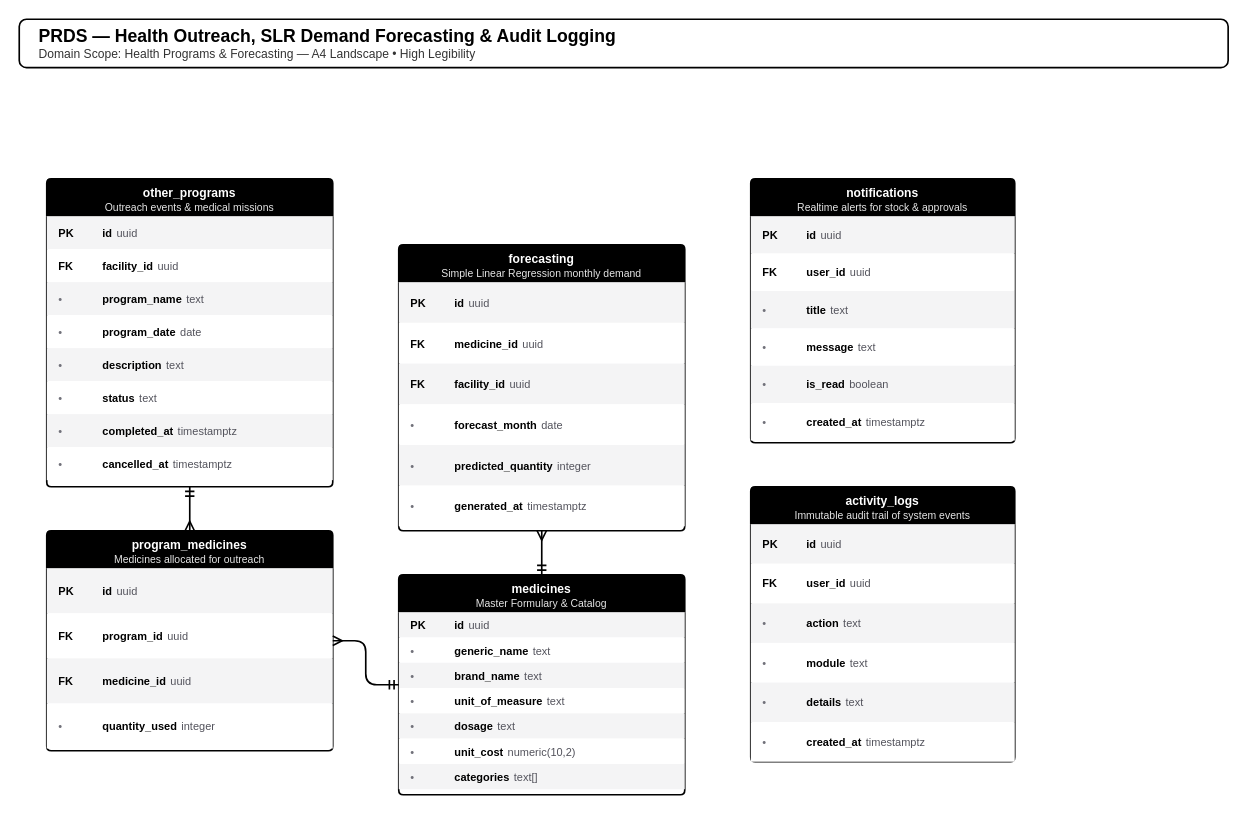
jooossshhhhh/pharmaceutical-resources-distribution-system keeps this draw.io diagram as page "6. Programs, SLR Forecasting & Auditing" (9 of 9) of database/prds_erd_schema_a4.drawio. Above is the earlier version. Source tidied: cells renumbered, new cells numbered last; positions are measured from the earlier drawing's top-left corner, leaving out a move shared by most shapes. Both pictures are drawn from the tidied source at 110%, with x=0, y=0 at pixel (19, 19).
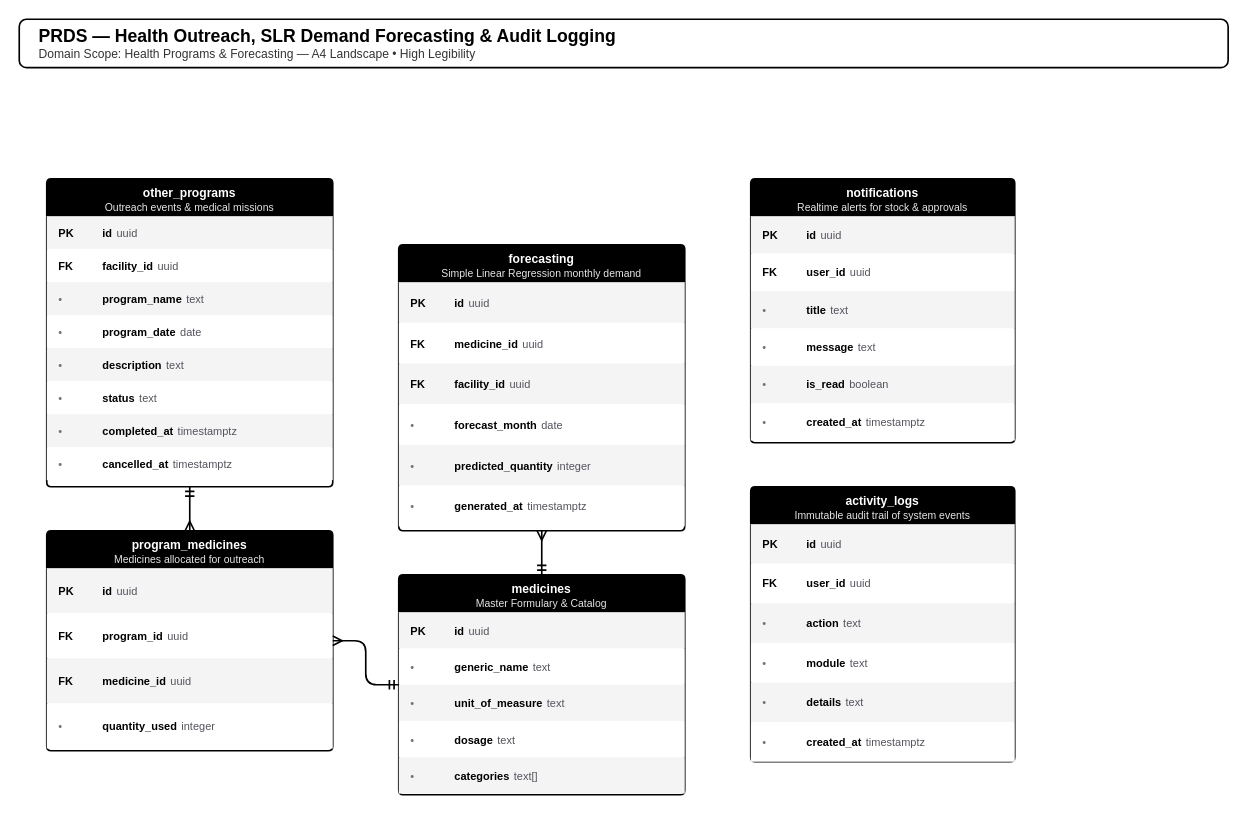
Above is the later version.

Unchanged cells that the change refers to:
```xml
<mxCell id="3" value="&lt;b&gt;medicines&lt;/b&gt;&lt;br&gt;&lt;font style=&quot;font-size:9.5px;font-weight:normal;opacity:0.9;&quot;&gt;Master Formulary &amp; Catalog&lt;/font&gt;" style="swimlane;fontStyle=0;align=center;verticalAlign=top;horizontal=1;startSize=34;whiteSpace=wrap;html=1;fillColor=#000000;fontColor=#ffffff;strokeColor=#000000;strokeWidth=1.5;rounded=1;arcSize=4;shadow=0;fontSize=11;fontFamily=Helvetica;" parent="1" vertex="1">
  <mxGeometry x="345" y="505" width="260" height="200" as="geometry" />
</mxCell>
```

The edit, as a diff of the source:
```diff
@@
     <mxCell id="4" value="&lt;table width=&quot;100%&quot; style=&quot;font-size:10px;font-family:Helvetica;&quot;&gt;&lt;tr&gt;&lt;td width=&quot;36&quot;&gt;&lt;b style=&quot;color:#000000;&quot;&gt;PK&lt;/b&gt;&lt;/td&gt;&lt;td&gt;&lt;b style=&quot;color:#000000;&quot;&gt;id&lt;/b&gt;&lt;/td&gt;&lt;td align=&quot;right&quot; style=&quot;color:#52525b;&quot;&gt;uuid&lt;/td&gt;&lt;/tr&gt;&lt;/table&gt;" style="text;strokeColor=none;fillColor=#f4f4f5;align=left;verticalAlign=middle;spacingLeft=6;spacingRight=6;overflow=hidden;whiteSpace=wrap;html=1;" parent="3" vertex="1">
-      <mxGeometry y="34" width="260" height="23" as="geometry" />
+      <mxGeometry y="34" width="260" height="33" as="geometry" />
     </mxCell>
     <mxCell id="5" value="&lt;table width=&quot;100%&quot; style=&quot;font-size:10px;font-family:Helvetica;&quot;&gt;&lt;tr&gt;&lt;td width=&quot;36&quot;&gt;&lt;span style=&quot;color:#71717a;&quot;&gt;•&lt;/span&gt;&lt;/td&gt;&lt;td&gt;&lt;b style=&quot;color:#000000;&quot;&gt;generic_name&lt;/b&gt;&lt;/td&gt;&lt;td align=&quot;right&quot; style=&quot;color:#52525b;&quot;&gt;text&lt;/td&gt;&lt;/tr&gt;&lt;/table&gt;" style="text;strokeColor=none;fillColor=#ffffff;align=left;verticalAlign=middle;spacingLeft=6;spacingRight=6;overflow=hidden;whiteSpace=wrap;html=1;" parent="3" vertex="1">
-      <mxGeometry y="57" width="260" height="23" as="geometry" />
+      <mxGeometry y="67" width="260" height="33" as="geometry" />
     </mxCell>
-    <mxCell id="6" value="&lt;table width=&quot;100%&quot; style=&quot;font-size:10px;font-family:Helvetica;&quot;&gt;&lt;tr&gt;&lt;td width=&quot;36&quot;&gt;&lt;span style=&quot;color:#71717a;&quot;&gt;•&lt;/span&gt;&lt;/td&gt;&lt;td&gt;&lt;b style=&quot;color:#000000;&quot;&gt;brand_name&lt;/b&gt;&lt;/td&gt;&lt;td align=&quot;right&quot; style=&quot;color:#52525b;&quot;&gt;text&lt;/td&gt;&lt;/tr&gt;&lt;/table&gt;" style="text;strokeColor=none;fillColor=#f4f4f5;align=left;verticalAlign=middle;spacingLeft=6;spacingRight=6;overflow=hidden;whiteSpace=wrap;html=1;" parent="3" vertex="1">
-      <mxGeometry y="80" width="260" height="23" as="geometry" />
+    <mxCell id="6" value="&lt;table width=&quot;100%&quot; style=&quot;font-size:10px;font-family:Helvetica;&quot;&gt;&lt;tr&gt;&lt;td width=&quot;36&quot;&gt;&lt;span style=&quot;color:#71717a;&quot;&gt;•&lt;/span&gt;&lt;/td&gt;&lt;td&gt;&lt;b style=&quot;color:#000000;&quot;&gt;unit_of_measure&lt;/b&gt;&lt;/td&gt;&lt;td align=&quot;right&quot; style=&quot;color:#52525b;&quot;&gt;text&lt;/td&gt;&lt;/tr&gt;&lt;/table&gt;" style="text;strokeColor=none;fillColor=#f4f4f5;align=left;verticalAlign=middle;spacingLeft=6;spacingRight=6;overflow=hidden;whiteSpace=wrap;html=1;" parent="3" vertex="1">
+      <mxGeometry y="100" width="260" height="33" as="geometry" />
     </mxCell>
-    <mxCell id="7" value="&lt;table width=&quot;100%&quot; style=&quot;font-size:10px;font-family:Helvetica;&quot;&gt;&lt;tr&gt;&lt;td width=&quot;36&quot;&gt;&lt;span style=&quot;color:#71717a;&quot;&gt;•&lt;/span&gt;&lt;/td&gt;&lt;td&gt;&lt;b style=&quot;color:#000000;&quot;&gt;unit_of_measure&lt;/b&gt;&lt;/td&gt;&lt;td align=&quot;right&quot; style=&quot;color:#52525b;&quot;&gt;text&lt;/td&gt;&lt;/tr&gt;&lt;/table&gt;" style="text;strokeColor=none;fillColor=#ffffff;align=left;verticalAlign=middle;spacingLeft=6;spacingRight=6;overflow=hidden;whiteSpace=wrap;html=1;" parent="3" vertex="1">
-      <mxGeometry y="103" width="260" height="23" as="geometry" />
+    <mxCell id="7" value="&lt;table width=&quot;100%&quot; style=&quot;font-size:10px;font-family:Helvetica;&quot;&gt;&lt;tr&gt;&lt;td width=&quot;36&quot;&gt;&lt;span style=&quot;color:#71717a;&quot;&gt;•&lt;/span&gt;&lt;/td&gt;&lt;td&gt;&lt;b style=&quot;color:#000000;&quot;&gt;dosage&lt;/b&gt;&lt;/td&gt;&lt;td align=&quot;right&quot; style=&quot;color:#52525b;&quot;&gt;text&lt;/td&gt;&lt;/tr&gt;&lt;/table&gt;" style="text;strokeColor=none;fillColor=#ffffff;align=left;verticalAlign=middle;spacingLeft=6;spacingRight=6;overflow=hidden;whiteSpace=wrap;html=1;" parent="3" vertex="1">
+      <mxGeometry y="133" width="260" height="33" as="geometry" />
     </mxCell>
-    <mxCell id="8" value="&lt;table width=&quot;100%&quot; style=&quot;font-size:10px;font-family:Helvetica;&quot;&gt;&lt;tr&gt;&lt;td width=&quot;36&quot;&gt;&lt;span style=&quot;color:#71717a;&quot;&gt;•&lt;/span&gt;&lt;/td&gt;&lt;td&gt;&lt;b style=&quot;color:#000000;&quot;&gt;dosage&lt;/b&gt;&lt;/td&gt;&lt;td align=&quot;right&quot; style=&quot;color:#52525b;&quot;&gt;text&lt;/td&gt;&lt;/tr&gt;&lt;/table&gt;" style="text;strokeColor=none;fillColor=#f4f4f5;align=left;verticalAlign=middle;spacingLeft=6;spacingRight=6;overflow=hidden;whiteSpace=wrap;html=1;" parent="3" vertex="1">
-      <mxGeometry y="126" width="260" height="23" as="geometry" />
+    <mxCell id="8" value="&lt;table width=&quot;100%&quot; style=&quot;font-size:10px;font-family:Helvetica;&quot;&gt;&lt;tr&gt;&lt;td width=&quot;36&quot;&gt;&lt;span style=&quot;color:#71717a;&quot;&gt;•&lt;/span&gt;&lt;/td&gt;&lt;td&gt;&lt;b style=&quot;color:#000000;&quot;&gt;categories&lt;/b&gt;&lt;/td&gt;&lt;td align=&quot;right&quot; style=&quot;color:#52525b;&quot;&gt;text[]&lt;/td&gt;&lt;/tr&gt;&lt;/table&gt;" style="text;strokeColor=none;fillColor=#f4f4f5;align=left;verticalAlign=middle;spacingLeft=6;spacingRight=6;overflow=hidden;whiteSpace=wrap;html=1;" parent="3" vertex="1">
+      <mxGeometry y="166" width="260" height="33" as="geometry" />
     </mxCell>
-    <mxCell id="9" value="&lt;table width=&quot;100%&quot; style=&quot;font-size:10px;font-family:Helvetica;&quot;&gt;&lt;tr&gt;&lt;td width=&quot;36&quot;&gt;&lt;span style=&quot;color:#71717a;&quot;&gt;•&lt;/span&gt;&lt;/td&gt;&lt;td&gt;&lt;b style=&quot;color:#000000;&quot;&gt;unit_cost&lt;/b&gt;&lt;/td&gt;&lt;td align=&quot;right&quot; style=&quot;color:#52525b;&quot;&gt;numeric(10,2)&lt;/td&gt;&lt;/tr&gt;&lt;/table&gt;" style="text;strokeColor=none;fillColor=#ffffff;align=left;verticalAlign=middle;spacingLeft=6;spacingRight=6;overflow=hidden;whiteSpace=wrap;html=1;" parent="3" vertex="1">
-      <mxGeometry y="149" width="260" height="23" as="geometry" />
-    </mxCell>
-    <mxCell id="10" value="&lt;table width=&quot;100%&quot; style=&quot;font-size:10px;font-family:Helvetica;&quot;&gt;&lt;tr&gt;&lt;td width=&quot;36&quot;&gt;&lt;span style=&quot;color:#71717a;&quot;&gt;•&lt;/span&gt;&lt;/td&gt;&lt;td&gt;&lt;b style=&quot;color:#000000;&quot;&gt;categories&lt;/b&gt;&lt;/td&gt;&lt;td align=&quot;right&quot; style=&quot;color:#52525b;&quot;&gt;text[]&lt;/td&gt;&lt;/tr&gt;&lt;/table&gt;" style="text;strokeColor=none;fillColor=#f4f4f5;align=left;verticalAlign=middle;spacingLeft=6;spacingRight=6;overflow=hidden;whiteSpace=wrap;html=1;" parent="3" vertex="1">
-      <mxGeometry y="172" width="260" height="23" as="geometry" />
-    </mxCell>
```
